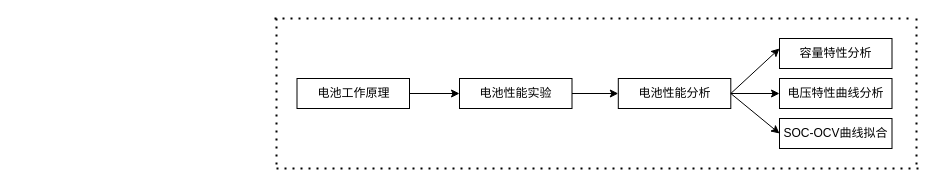
limpuslee/lyricsgithub.io keeps this draw.io diagram as Untitled Diagram2.drawio. Above is the earlier version. Source tidied: cells renumbered, new cells numbered last; positions are measured from the earlier drawing's top-left corner, leaving out a move shared by most shapes. Both pictures are drawn from the tidied source at 100%, with x=0, y=0 at pixel (274, 18).
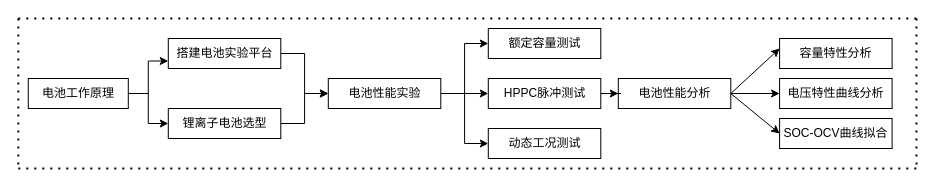
After the change.

The change refers to these unchanged cells:
```xml
<mxCell id="6" value="电池性能分析" style="rounded=0;whiteSpace=wrap;html=1;rotation=0;" parent="1" vertex="1">
  <mxGeometry x="343.8" y="60" width="112.5" height="30" as="geometry" />
</mxCell>
```

Change to the diagram source:
```diff
@@
-    <mxCell id="2" style="edgeStyle=orthogonalEdgeStyle;rounded=0;jettySize=auto;html=1;" parent="1" edge="1" source="3" target="5">
-      <mxGeometry relative="1" as="geometry" />
-    </mxCell>
+    <mxCell id="17" style="edgeStyle=orthogonalEdgeStyle;rounded=0;jettySize=auto;html=1;entryX=0;entryY=0.75;entryDx=0;entryDy=0;" parent="1" edge="1" source="3" target="23">
+      <mxGeometry relative="1" as="geometry">
+        <Array as="points">
+          <mxPoint x="-126.2" y="75" />
+          <mxPoint x="-126.2" y="43" />
+        </Array>
+      </mxGeometry>
+    </mxCell>
+    <mxCell id="18" style="edgeStyle=orthogonalEdgeStyle;rounded=0;jettySize=auto;html=1;exitX=1;exitY=0.5;exitDx=0;exitDy=0;entryX=0;entryY=0.5;entryDx=0;entryDy=0;" parent="1" edge="1" source="3" target="25">
+      <mxGeometry relative="1" as="geometry" />
+    </mxCell>
     <mxCell id="3" value="电池工作原理" style="rounded=0;whiteSpace=wrap;html=1;rotation=0;" parent="1" vertex="1">
-      <mxGeometry x="22.5" y="60" width="112.5" height="30" as="geometry" />
+      <mxGeometry x="-246.2" y="60" width="100" height="30" as="geometry" />
     </mxCell>
-    <mxCell id="4" style="edgeStyle=orthogonalEdgeStyle;rounded=0;jettySize=auto;html=1;" parent="1" edge="1" source="5" target="6">
-      <mxGeometry relative="1" as="geometry" />
-    </mxCell>
+    <mxCell id="19" style="edgeStyle=orthogonalEdgeStyle;rounded=0;jettySize=auto;html=1;exitX=1;exitY=0.5;exitDx=0;exitDy=0;entryX=0;entryY=0.5;entryDx=0;entryDy=0;" parent="1" edge="1" source="5" target="26">
+      <mxGeometry relative="1" as="geometry" />
+    </mxCell>
+    <mxCell id="20" style="edgeStyle=orthogonalEdgeStyle;rounded=0;jettySize=auto;html=1;exitX=1;exitY=0.5;exitDx=0;exitDy=0;entryX=0;entryY=0.5;entryDx=0;entryDy=0;" parent="1" edge="1" source="5" target="28">
+      <mxGeometry relative="1" as="geometry" />
+    </mxCell>
+    <mxCell id="21" style="edgeStyle=orthogonalEdgeStyle;rounded=0;jettySize=auto;html=1;exitX=1;exitY=0.5;exitDx=0;exitDy=0;entryX=0;entryY=0.5;entryDx=0;entryDy=0;" parent="1" edge="1" source="5" target="29">
+      <mxGeometry relative="1" as="geometry" />
+    </mxCell>
     <mxCell id="5" value="电池性能实验" style="rounded=0;whiteSpace=wrap;html=1;rotation=0;" parent="1" vertex="1">
-      <mxGeometry x="185" y="60" width="112.5" height="30" as="geometry" />
+      <mxGeometry x="53.8" y="60" width="112.5" height="30" as="geometry" />
     </mxCell>
@@
     <mxCell id="7" value="容量特性分析" style="rounded=0;whiteSpace=wrap;html=1;rotation=0;" parent="1" vertex="1">
-      <mxGeometry x="505" y="20" width="112.5" height="30" as="geometry" />
+      <mxGeometry x="505.1" y="20" width="112.5" height="30" as="geometry" />
     </mxCell>
     <mxCell id="8" value="电压特性曲线分析" style="rounded=0;whiteSpace=wrap;html=1;rotation=0;" parent="1" vertex="1">
-      <mxGeometry x="505" y="60" width="112.5" height="30" as="geometry" />
+      <mxGeometry x="505.1" y="60" width="112.5" height="30" as="geometry" />
     </mxCell>
     <mxCell id="9" value="SOC-OCV曲线拟合" style="rounded=0;whiteSpace=wrap;html=1;rotation=0;" parent="1" vertex="1">
-      <mxGeometry x="505" y="100" width="112.5" height="30" as="geometry" />
+      <mxGeometry x="505.1" y="100" width="112.5" height="30" as="geometry" />
     </mxCell>
     <mxCell id="10" style="endArrow=classic;html=1;rounded=0;exitX=1;exitY=0.5;exitDx=0;exitDy=0;" parent="1" edge="1" source="6">
       <mxGeometry relative="1" as="geometry">
-        <mxPoint x="505" y="30" as="targetPoint" />
+        <mxPoint x="505.1" y="30" as="targetPoint" />
       </mxGeometry>
     </mxCell>
@@
     <mxCell id="13" style="endArrow=none;dashed=1;html=1;dashPattern=1 3;strokeWidth=2;rounded=0;" parent="1" edge="1">
       <mxGeometry relative="1" as="geometry">
-        <mxPoint as="sourcePoint" />
-        <mxPoint x="640" as="targetPoint" />
+        <mxPoint x="-256.2" as="sourcePoint" />
+        <mxPoint x="643.8" as="targetPoint" />
       </mxGeometry>
     </mxCell>
     <mxCell id="14" style="endArrow=none;dashed=1;html=1;dashPattern=1 3;strokeWidth=2;rounded=0;" parent="1" edge="1">
       <mxGeometry relative="1" as="geometry">
-        <mxPoint x="2" y="150" as="sourcePoint" />
-        <mxPoint x="650" y="150" as="targetPoint" />
+        <mxPoint x="-256.2" y="150" as="sourcePoint" />
+        <mxPoint x="643.8" y="150" as="targetPoint" />
       </mxGeometry>
     </mxCell>
     <mxCell id="15" style="endArrow=none;dashed=1;html=1;dashPattern=1 3;strokeWidth=2;rounded=0;" parent="1" edge="1">
       <mxGeometry relative="1" as="geometry">
-        <mxPoint x="2" as="sourcePoint" />
-        <mxPoint x="2" y="150" as="targetPoint" />
+        <mxPoint x="-256.2" as="sourcePoint" />
+        <mxPoint x="-256.2" y="150" as="targetPoint" />
       </mxGeometry>
     </mxCell>
@@
+    <mxCell id="22" style="edgeStyle=orthogonalEdgeStyle;rounded=0;jettySize=auto;html=1;entryX=0;entryY=0.5;entryDx=0;entryDy=0;" parent="1" edge="1" source="23" target="5">
+      <mxGeometry relative="1" as="geometry" />
+    </mxCell>
+    <mxCell id="23" value="搭建电池实验平台" style="rounded=0;whiteSpace=wrap;html=1;rotation=0;" parent="1" vertex="1">
+      <mxGeometry x="-106.2" y="20" width="112.5" height="30" as="geometry" />
+    </mxCell>
+    <mxCell id="24" style="edgeStyle=orthogonalEdgeStyle;rounded=0;jettySize=auto;html=1;entryX=0;entryY=0.5;entryDx=0;entryDy=0;" parent="1" edge="1" source="25" target="5">
+      <mxGeometry relative="1" as="geometry" />
+    </mxCell>
+    <mxCell id="25" value="锂离子电池选型" style="rounded=0;whiteSpace=wrap;html=1;rotation=0;" parent="1" vertex="1">
+      <mxGeometry x="-106.2" y="90" width="112.5" height="30" as="geometry" />
+    </mxCell>
+    <mxCell id="26" value="额定容量测试" style="rounded=0;whiteSpace=wrap;html=1;rotation=0;" parent="1" vertex="1">
+      <mxGeometry x="213.8" y="10" width="112.5" height="30" as="geometry" />
+    </mxCell>
+    <mxCell id="27" style="edgeStyle=orthogonalEdgeStyle;rounded=0;jettySize=auto;html=1;exitX=1;exitY=0.5;exitDx=0;exitDy=0;" parent="1" edge="1" source="28" target="6">
+      <mxGeometry relative="1" as="geometry" />
+    </mxCell>
+    <mxCell id="28" value="HPPC脉冲测试" style="rounded=0;whiteSpace=wrap;html=1;rotation=0;" parent="1" vertex="1">
+      <mxGeometry x="213.8" y="60" width="112.5" height="30" as="geometry" />
+    </mxCell>
+    <mxCell id="29" value="动态工况测试" style="rounded=0;whiteSpace=wrap;html=1;rotation=0;" parent="1" vertex="1">
+      <mxGeometry x="213.8" y="110" width="112.5" height="30" as="geometry" />
+    </mxCell>
```
